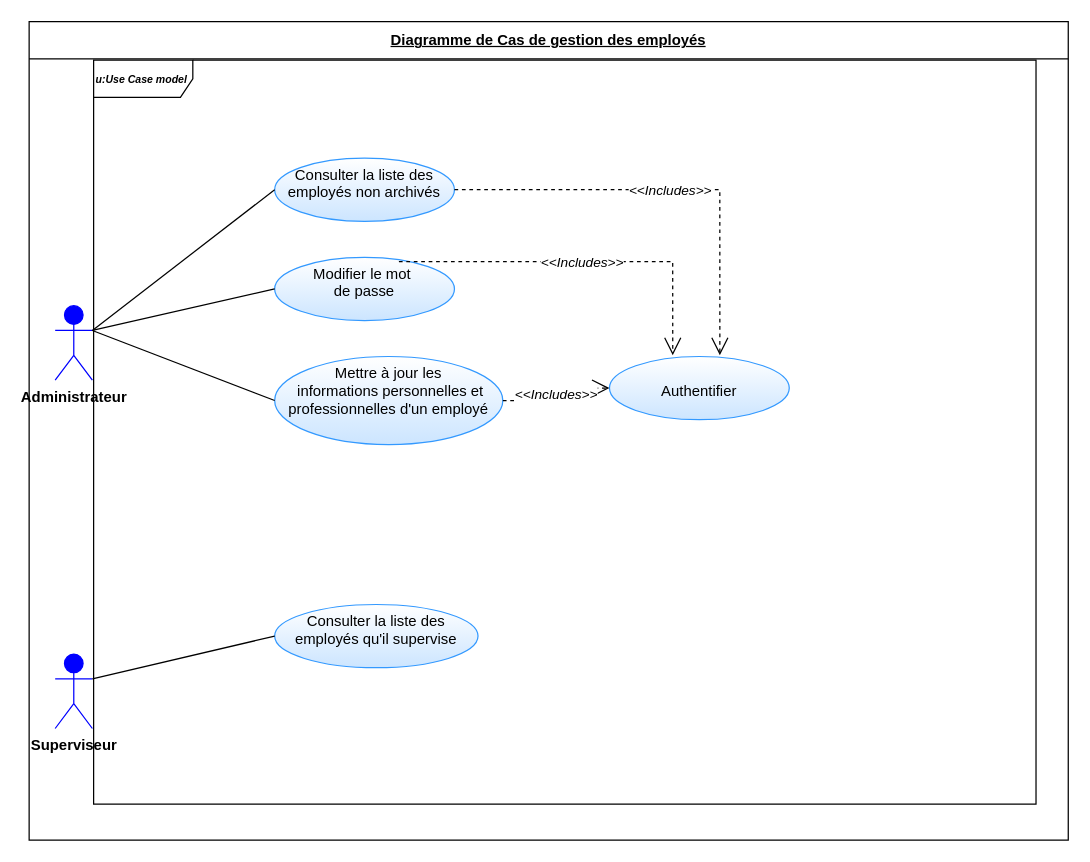
The draw.io diagram gestionUsers.drawio in BARIGOU-Imane/Gestion-des-Ordres-de-Mission, before the edit. Source tidied: cells renumbered, new cells numbered last; positions are measured from the earlier drawing's top-left corner, leaving out a move shared by most shapes. Both pictures are drawn from the tidied source at 124%, with x=0, y=0 at pixel (29, 21).
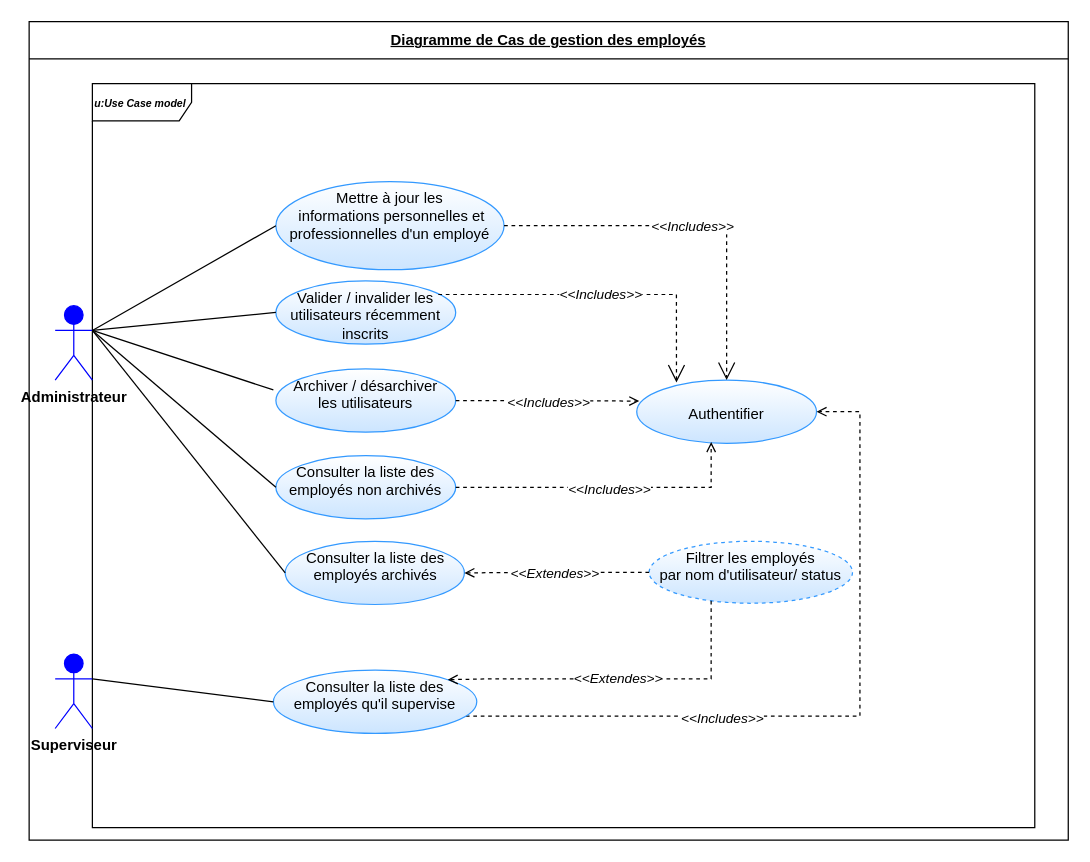
Above is the later version.

Commit message (it also covers changes not shown here):
Mettre à jour gestionUsers.drawio

Unchanged cells that the change refers to:
```xml
<mxCell id="2" value="&lt;u&gt;Diagramme de Cas de gestion des employés&lt;/u&gt;" style="swimlane;fontStyle=1;align=center;horizontal=1;startSize=30;html=1;whiteSpace=wrap;" parent="1" vertex="1">
  <mxGeometry width="838" height="660" as="geometry" />
</mxCell>
<mxCell id="12" value="&lt;div&gt;&lt;b&gt;Administrateur&lt;/b&gt;&lt;/div&gt;&lt;div&gt;&lt;b&gt;&lt;br&gt;&lt;/b&gt;&lt;/div&gt;" style="shape=umlActor;verticalLabelPosition=bottom;verticalAlign=top;html=1;outlineConnect=0;direction=east;rotation=0;fillColor=#0000FF;strokeColor=#0000FF;" parent="2" vertex="1">
  <mxGeometry x="21" y="229" width="30" height="60" as="geometry" />
</mxCell>
```

Diff of the diagram source:
```diff
@@
     <mxCell id="3" value="&lt;i&gt;&lt;font style=&quot;font-size: 8.5px;&quot;&gt;&lt;b style=&quot;&quot;&gt;u:Use Case model&lt;/b&gt;&lt;/font&gt;&lt;/i&gt;" style="shape=umlFrame;whiteSpace=wrap;html=1;width=80;align=left;" parent="2" vertex="1">
       <mxGeometry width="760" height="600" relative="1" as="geometry">
-        <mxPoint x="52" y="31" as="offset" />
+        <mxPoint x="51" y="50" as="offset" />
       </mxGeometry>
     </mxCell>
     <mxCell id="4" value="&lt;div&gt;&lt;br&gt;&lt;/div&gt;Authentifier" style="ellipse;whiteSpace=wrap;html=1;verticalAlign=top;strokeColor=#3399FF;gradientColor=#CCE5FF;" parent="3" vertex="1">
-      <mxGeometry x="416" y="239" width="145" height="51" as="geometry" />
+      <mxGeometry x="439" y="239" width="145" height="51" as="geometry" />
     </mxCell>
     <mxCell id="5" value="&lt;div&gt;Mettre à jour les&lt;/div&gt;&lt;div&gt;&amp;nbsp;informations personnelles et professionnelles d'un employé&lt;/div&gt;" style="ellipse;whiteSpace=wrap;html=1;verticalAlign=top;strokeColor=#3399FF;gradientColor=#CCE5FF;" parent="3" vertex="1">
-      <mxGeometry x="146" y="239" width="184" height="71" as="geometry" />
+      <mxGeometry x="148" y="79" width="184" height="71" as="geometry" />
     </mxCell>
@@
-    <mxCell id="7" value="Modifier le mot&amp;nbsp;&lt;div&gt;de passe&lt;/div&gt;" style="ellipse;whiteSpace=wrap;html=1;verticalAlign=top;strokeColor=#3399FF;gradientColor=#CCE5FF;" parent="3" vertex="1">
-      <mxGeometry x="146" y="159" width="145" height="51" as="geometry" />
+    <mxCell id="7" value="Valider / invalider les utilisateurs récemment inscrits" style="ellipse;whiteSpace=wrap;html=1;verticalAlign=top;strokeColor=#3399FF;gradientColor=#CCE5FF;" parent="3" vertex="1">
+      <mxGeometry x="148" y="159" width="145" height="51" as="geometry" />
     </mxCell>
-    <mxCell id="8" value="&lt;i&gt;&amp;lt;&amp;lt;Includes&amp;gt;&amp;gt;&lt;/i&gt;" style="endArrow=open;endSize=12;dashed=1;html=1;rounded=0;edgeStyle=orthogonalEdgeStyle;entryX=0.352;entryY=-0.02;entryDx=0;entryDy=0;entryPerimeter=0;exitX=0.691;exitY=0.069;exitDx=0;exitDy=0;exitPerimeter=0;" parent="3" edge="1" source="7" target="4">
-      <mxGeometry relative="1" as="geometry" />
-    </mxCell>
     <mxCell id="9" value="&lt;div&gt;Consulter la liste des employés non archivés&lt;br&gt;&lt;/div&gt;" style="ellipse;whiteSpace=wrap;html=1;verticalAlign=top;strokeColor=#3399FF;gradientColor=#CCE5FF;" parent="3" vertex="1">
-      <mxGeometry x="146" y="79" width="145" height="51" as="geometry" />
+      <mxGeometry x="148" y="300" width="145" height="51" as="geometry" />
     </mxCell>
+    <mxCell id="18" style="edgeStyle=orthogonalEdgeStyle;rounded=0;jettySize=auto;html=1;entryX=1;entryY=0.5;entryDx=0;entryDy=0;dashed=1;endArrow=open;endFill=0;" parent="3" edge="1" source="11" target="4">
+      <mxGeometry relative="1" as="geometry">
+        <Array as="points">
+          <mxPoint x="619" y="510" />
+          <mxPoint x="619" y="265" />
+        </Array>
+      </mxGeometry>
+    </mxCell>
+    <mxCell id="19" value="&lt;i&gt;&amp;lt;&amp;lt;Includes&amp;gt;&amp;gt;&lt;/i&gt;" style="edgeLabel;html=1;align=center;verticalAlign=middle;" parent="18" vertex="1">
+      <mxGeometry x="-0.31" y="-1" relative="1" as="geometry" />
+    </mxCell>
+    <mxCell id="11" value="&lt;div&gt;Consulter la liste des employés qu'il supervise&lt;/div&gt;" style="ellipse;whiteSpace=wrap;html=1;verticalAlign=top;strokeColor=#3399FF;gradientColor=#CCE5FF;" parent="3" vertex="1">
+      <mxGeometry x="146" y="473" width="164" height="51" as="geometry" />
+    </mxCell>
+    <mxCell id="20" value="&lt;div&gt;Archiver / désarchiver&lt;/div&gt;&lt;div&gt;&amp;nbsp;les utilisateurs&amp;nbsp;&lt;br&gt;&lt;/div&gt;" style="ellipse;whiteSpace=wrap;html=1;verticalAlign=top;strokeColor=#3399FF;gradientColor=#CCE5FF;" parent="3" vertex="1">
+      <mxGeometry x="148" y="230" width="145" height="51" as="geometry" />
+    </mxCell>
+    <mxCell id="21" value="&lt;div&gt;Consulter la liste des employés archivés&lt;br&gt;&lt;/div&gt;" style="ellipse;whiteSpace=wrap;html=1;verticalAlign=top;strokeColor=#3399FF;gradientColor=#CCE5FF;" parent="3" vertex="1">
+      <mxGeometry x="155.5" y="369" width="144.5" height="51" as="geometry" />
+    </mxCell>
+    <mxCell id="22" value="&lt;div&gt;Filtrer les employés&lt;/div&gt;&lt;div&gt;&amp;nbsp;par nom d'utilisateur/ status&amp;nbsp;&lt;br&gt;&lt;/div&gt;" style="ellipse;whiteSpace=wrap;html=1;verticalAlign=top;strokeColor=#3399FF;gradientColor=#CCE5FF;dashed=1;" parent="3" vertex="1">
+      <mxGeometry x="449" y="369" width="164" height="50" as="geometry" />
+    </mxCell>
+    <mxCell id="23" style="edgeStyle=orthogonalEdgeStyle;rounded=0;jettySize=auto;html=1;endArrow=open;endFill=0;dashed=1;exitX=0;exitY=0.5;exitDx=0;exitDy=0;" parent="3" edge="1" source="22" target="21">
+      <mxGeometry relative="1" as="geometry" />
+    </mxCell>
+    <mxCell id="24" value="&lt;i&gt;&amp;lt;&amp;lt;Extendes&amp;gt;&amp;gt;&lt;/i&gt;" style="edgeLabel;html=1;align=center;verticalAlign=middle;" parent="23" vertex="1">
+      <mxGeometry x="0.02" y="-4" relative="1" as="geometry">
+        <mxPoint x="-1" y="4" as="offset" />
+      </mxGeometry>
+    </mxCell>
+    <mxCell id="25" style="edgeStyle=orthogonalEdgeStyle;rounded=0;jettySize=auto;html=1;endArrow=open;endFill=0;dashed=1;entryX=1;entryY=0;entryDx=0;entryDy=0;" parent="3" edge="1" source="22" target="11">
+      <mxGeometry relative="1" as="geometry">
+        <Array as="points">
+          <mxPoint x="499" y="480" />
+          <mxPoint x="319" y="480" />
+          <mxPoint x="319" y="481" />
+        </Array>
+      </mxGeometry>
+    </mxCell>
+    <mxCell id="26" value="&lt;i&gt;&amp;lt;&amp;lt;Extendes&amp;gt;&amp;gt;&lt;/i&gt;" style="edgeLabel;html=1;align=center;verticalAlign=middle;" parent="25" vertex="1">
+      <mxGeometry x="0.02" y="-4" relative="1" as="geometry">
+        <mxPoint x="2" y="3" as="offset" />
+      </mxGeometry>
+    </mxCell>
+    <mxCell id="27" value="&lt;i&gt;&amp;lt;&amp;lt;Includes&amp;gt;&amp;gt;&lt;/i&gt;" style="endArrow=open;endSize=12;dashed=1;html=1;rounded=0;edgeStyle=orthogonalEdgeStyle;entryX=0.221;entryY=0.039;entryDx=0;entryDy=0;entryPerimeter=0;" parent="3" edge="1" target="4">
+      <mxGeometry relative="1" as="geometry">
+        <mxPoint x="279" y="170" as="sourcePoint" />
+        <Array as="points">
+          <mxPoint x="471" y="170" />
+        </Array>
+      </mxGeometry>
+    </mxCell>
+    <mxCell id="28" style="edgeStyle=orthogonalEdgeStyle;rounded=0;jettySize=auto;html=1;endArrow=open;endFill=0;dashed=1;entryX=0.014;entryY=0.333;entryDx=0;entryDy=0;exitX=1;exitY=0.5;exitDx=0;exitDy=0;entryPerimeter=0;" parent="3" edge="1" source="20" target="4">
+      <mxGeometry relative="1" as="geometry" />
+    </mxCell>
+    <mxCell id="29" value="&lt;i&gt;&amp;lt;&amp;lt;Includes&amp;gt;&amp;gt;&lt;/i&gt;" style="edgeLabel;html=1;align=center;verticalAlign=middle;" parent="28" vertex="1">
+      <mxGeometry x="0.02" y="-4" relative="1" as="geometry">
+        <mxPoint x="-1" y="-3" as="offset" />
+      </mxGeometry>
+    </mxCell>
-    <mxCell id="10" value="&lt;i&gt;&amp;lt;&amp;lt;Includes&amp;gt;&amp;gt;&lt;/i&gt;" style="endArrow=open;endSize=12;dashed=1;html=1;rounded=0;edgeStyle=orthogonalEdgeStyle;exitX=1;exitY=0.5;exitDx=0;exitDy=0;entryX=0.614;entryY=-0.02;entryDx=0;entryDy=0;entryPerimeter=0;" parent="3" edge="1" source="9" target="4">
-      <mxGeometry relative="1" as="geometry" />
+    <mxCell id="10" style="edgeStyle=orthogonalEdgeStyle;rounded=0;jettySize=auto;html=1;endArrow=open;endFill=0;dashed=1;exitX=1;exitY=0.5;exitDx=0;exitDy=0;entryX=0.414;entryY=0.98;entryDx=0;entryDy=0;entryPerimeter=0;" parent="3" edge="1" source="9" target="4">
+      <mxGeometry relative="1" as="geometry">
+        <Array as="points">
+          <mxPoint x="499" y="326" />
+        </Array>
+      </mxGeometry>
     </mxCell>
-    <mxCell id="11" value="&lt;div&gt;Consulter la liste des employés qu'il supervise&lt;/div&gt;" style="ellipse;whiteSpace=wrap;html=1;verticalAlign=top;strokeColor=#3399FF;gradientColor=#CCE5FF;" parent="3" vertex="1">
-      <mxGeometry x="146" y="439" width="164" height="51" as="geometry" />
-    </mxCell>
+    <mxCell id="30" value="&lt;i&gt;&amp;lt;&amp;lt;Includes&amp;gt;&amp;gt;&lt;/i&gt;" style="edgeLabel;html=1;align=center;verticalAlign=middle;" parent="10" vertex="1">
+      <mxGeometry x="0.02" y="-4" relative="1" as="geometry">
+        <mxPoint x="-1" y="-3" as="offset" />
+      </mxGeometry>
+    </mxCell>
@@
+    <mxCell id="31" style="endArrow=none;html=1;rounded=0;entryX=0;entryY=0.5;entryDx=0;entryDy=0;exitX=1;exitY=0.3333333333333333;exitDx=0;exitDy=0;exitPerimeter=0;" parent="2" edge="1" source="12" target="21">
+      <mxGeometry relative="1" as="geometry" />
+    </mxCell>
+    <mxCell id="32" style="endArrow=none;html=1;rounded=0;entryX=-0.014;entryY=0.333;entryDx=0;entryDy=0;entryPerimeter=0;exitX=1;exitY=0.3333333333333333;exitDx=0;exitDy=0;exitPerimeter=0;" parent="2" edge="1" source="12" target="20">
+      <mxGeometry relative="1" as="geometry" />
+    </mxCell>
```
